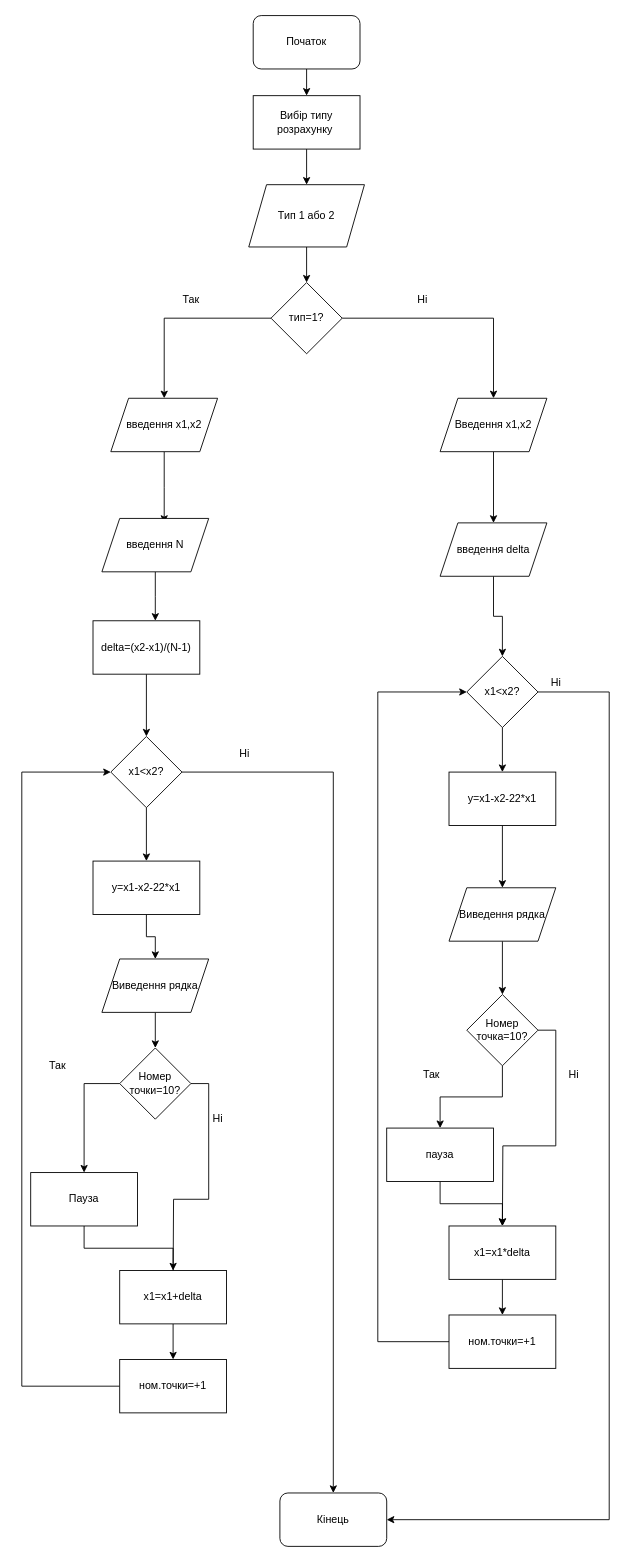
Earlier version of the draw.io diagram Untitled Diagram.drawio (ANdrewChuiko/C). Source tidied: cells renumbered, new cells numbered last; positions are measured from the earlier drawing's top-left corner, leaving out a move shared by most shapes. Both pictures are drawn from the tidied source at 89%, with x=0, y=0 at pixel (21, 15).
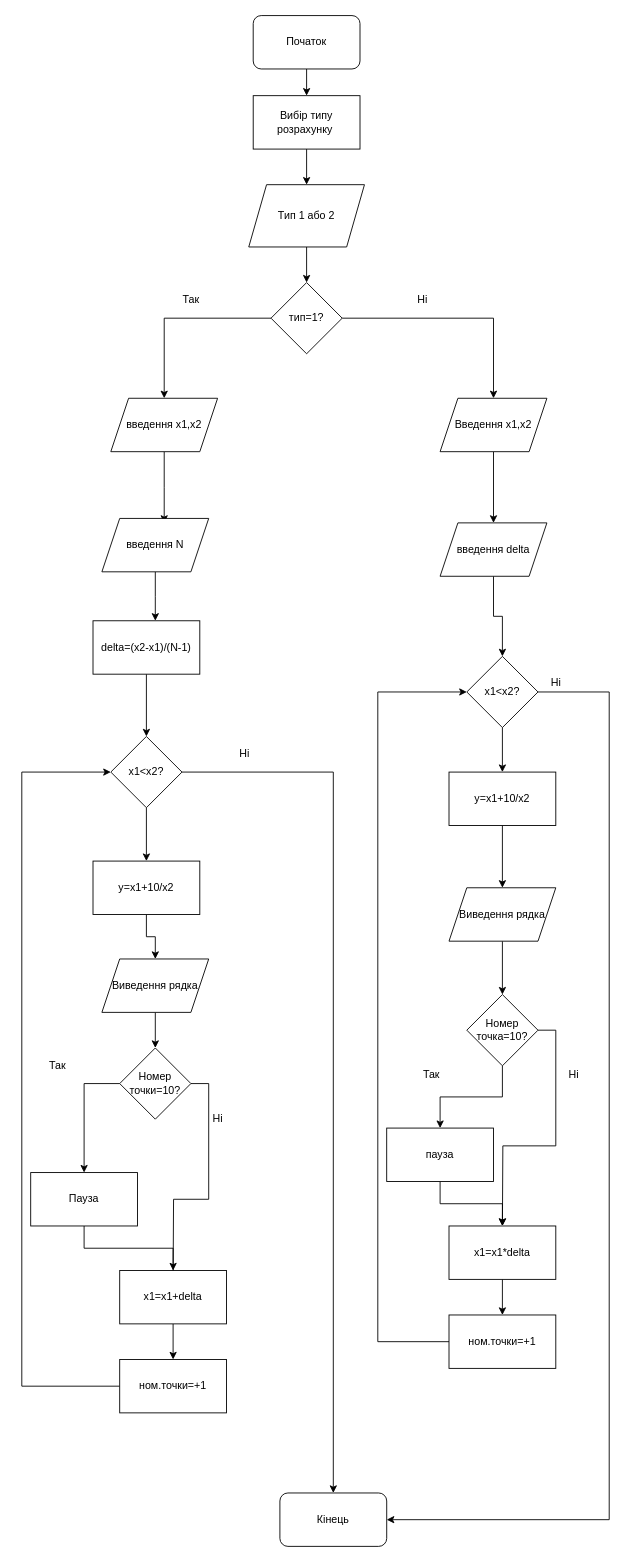
The same page after the edit.

What changed in the source:
```diff
@@
-    <mxCell id="28" value="y=x1-x2-22*x1" style="rounded=0;whiteSpace=wrap;html=1;" parent="1" vertex="1">
+    <mxCell id="28" value="y=x1+10/x2" style="rounded=0;whiteSpace=wrap;html=1;" parent="1" vertex="1">
       <mxGeometry x="80" y="950" width="120" height="60" as="geometry" />
     </mxCell>
@@
-    <mxCell id="41" value="y=x1-x2-22*x1" style="rounded=0;whiteSpace=wrap;html=1;" parent="1" vertex="1">
+    <mxCell id="41" value="y=x1+10/x2" style="rounded=0;whiteSpace=wrap;html=1;" parent="1" vertex="1">
       <mxGeometry x="480" y="850" width="120" height="60" as="geometry" />
     </mxCell>
```
